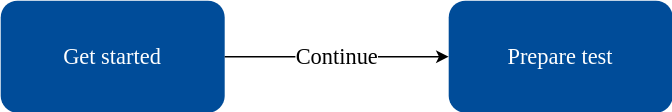
Before: docs/_diagrams/test.drawio.svg, a diagram exported from draw.io (jac-uk/documentation). Source tidied: cells renumbered, new cells last; positions are measured from the earlier drawing's top-left corner, leaving out a move shared by most shapes. Its diagram source:
```xml
<mxGraphModel>
  <root>
    <mxCell id="0" />
    <mxCell id="1" parent="0" />
    <mxCell id="2" value="Get started" style="rounded=1;whiteSpace=wrap;html=1;fillColor=#004C99;fontColor=#FFFFFF;strokeColor=none;fontFamily=Khula;fontSource=https%3A%2F%2Ffonts.googleapis.com%2Fcss%3Ffamily%3DKhula;fontSize=16;" parent="1" vertex="1">
      <mxGeometry width="160" height="80" as="geometry" />
    </mxCell>
    <mxCell id="3" value="Prepare test" style="rounded=1;whiteSpace=wrap;html=1;fillColor=#004C99;fontColor=#FFFFFF;strokeColor=none;fontFamily=Khula;fontSource=https%3A%2F%2Ffonts.googleapis.com%2Fcss%3Ffamily%3DKhula;fontSize=16;" parent="1" vertex="1">
      <mxGeometry x="320" width="160" height="80" as="geometry" />
    </mxCell>
    <mxCell id="4" value="Continue" style="endArrow=classic;html=1;rounded=0;exitX=1;exitY=0.5;exitDx=0;exitDy=0;fontFamily=Khula;fontSource=https%3A%2F%2Ffonts.googleapis.com%2Fcss%3Ffamily%3DKhula;fontSize=16;spacingLeft=0;spacingRight=0;" parent="1" edge="1" source="2" target="3">
      <mxGeometry relative="1" as="geometry" />
    </mxCell>
  </root>
</mxGraphModel>
```
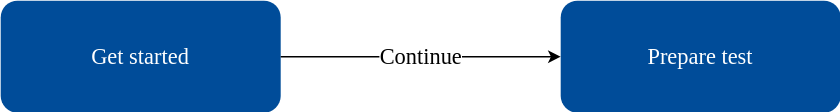
After the commit.

What changed in the source:
```diff
@@ -2,13 +2,13 @@
   <root>
     <mxCell id="0" />
     <mxCell id="1" parent="0" />
-    <mxCell id="2" value="Get started" style="rounded=1;whiteSpace=wrap;html=1;fillColor=#004C99;fontColor=#FFFFFF;strokeColor=none;fontFamily=Khula;fontSource=https%3A%2F%2Ffonts.googleapis.com%2Fcss%3Ffamily%3DKhula;fontSize=16;" parent="1" vertex="1">
-      <mxGeometry width="160" height="80" as="geometry" />
+    <mxCell id="2" value="Get started" style="rounded=1;whiteSpace=wrap;html=1;fillColor=#004C99;fontColor=#FFFFFF;strokeColor=none;fontFamily=Verdana;fontSize=16;" parent="1" vertex="1">
+      <mxGeometry width="200" height="80" as="geometry" />
     </mxCell>
-    <mxCell id="3" value="Prepare test" style="rounded=1;whiteSpace=wrap;html=1;fillColor=#004C99;fontColor=#FFFFFF;strokeColor=none;fontFamily=Khula;fontSource=https%3A%2F%2Ffonts.googleapis.com%2Fcss%3Ffamily%3DKhula;fontSize=16;" parent="1" vertex="1">
-      <mxGeometry x="320" width="160" height="80" as="geometry" />
+    <mxCell id="3" value="Prepare test" style="rounded=1;whiteSpace=wrap;html=1;fillColor=#004C99;fontColor=#FFFFFF;strokeColor=none;fontFamily=Verdana;fontSize=16;" parent="1" vertex="1">
+      <mxGeometry x="400" width="200" height="80" as="geometry" />
     </mxCell>
-    <mxCell id="4" value="Continue" style="endArrow=classic;html=1;rounded=0;exitX=1;exitY=0.5;exitDx=0;exitDy=0;fontFamily=Khula;fontSource=https%3A%2F%2Ffonts.googleapis.com%2Fcss%3Ffamily%3DKhula;fontSize=16;spacingLeft=0;spacingRight=0;" parent="1" edge="1" source="2" target="3">
+    <mxCell id="4" value="Continue " style="endArrow=classic;html=1;rounded=0;exitX=1;exitY=0.5;exitDx=0;exitDy=0;fontFamily=Verdana;fontSize=16;spacingLeft=0;spacingRight=0;" parent="1" edge="1" source="2" target="3">
       <mxGeometry relative="1" as="geometry" />
     </mxCell>
   </root>
```
